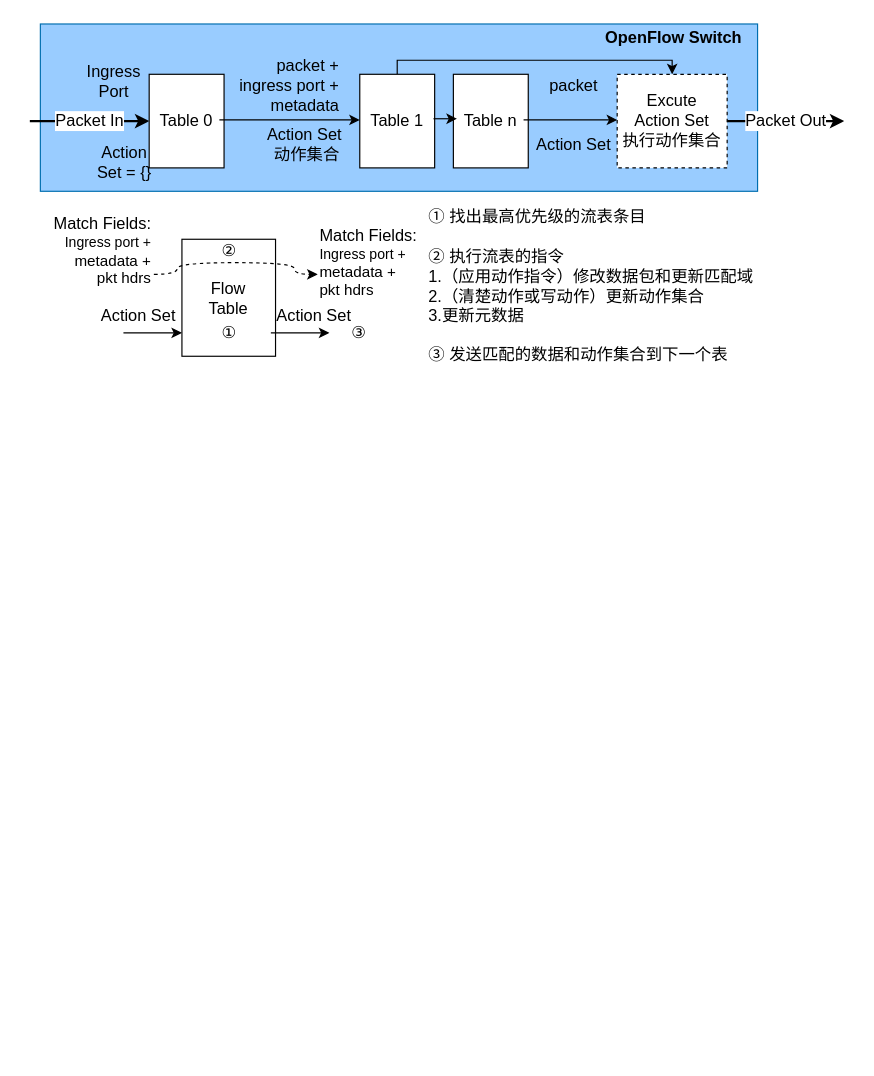
The draw.io diagram page "OpenFlow" (2 of 9) of SDN.drawio in waterwatermelon/graph, before the edit. Source tidied: cells renumbered, new cells numbered last; positions are measured from the earlier drawing's top-left corner, leaving out a move shared by most shapes. Both pictures are drawn from the tidied source at 117%, with x=0, y=0 at pixel (29, 20).
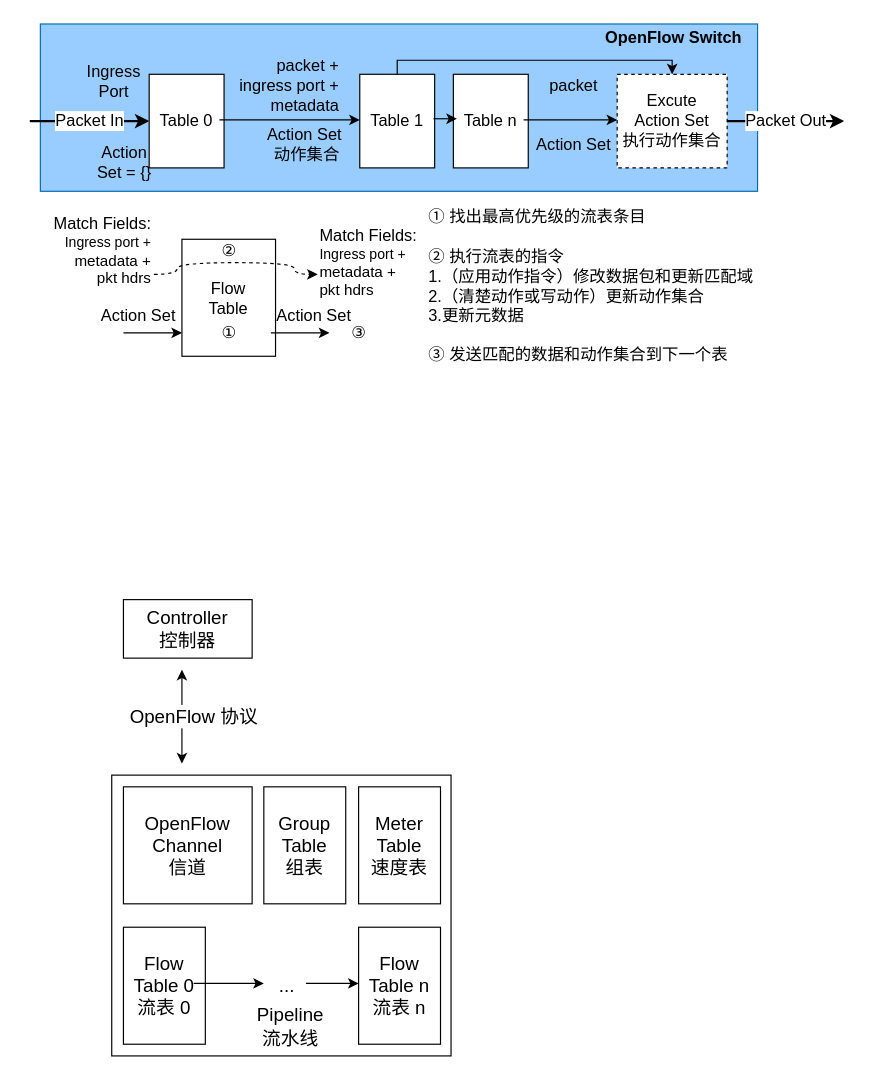
After the change.

What changed in the source:
```diff
@@
+    <mxCell id="32" value="Controller&lt;br&gt;控制器" style="rounded=0;whiteSpace=wrap;html=1;fontSize=16;" parent="1" vertex="1">
+      <mxGeometry x="80" y="495" width="110" height="50" as="geometry" />
+    </mxCell>
+    <mxCell id="33" style="rounded=0;whiteSpace=wrap;html=1;fontSize=16;" parent="1" vertex="1">
+      <mxGeometry x="70" y="645" width="290" height="240" as="geometry" />
+    </mxCell>
+    <mxCell id="34" style="endArrow=classic;startArrow=classic;html=1;fontSize=16;" parent="1" edge="1">
+      <mxGeometry relative="1" as="geometry">
+        <mxPoint x="130" y="635" as="sourcePoint" />
+        <mxPoint x="130" y="555" as="targetPoint" />
+      </mxGeometry>
+    </mxCell>
+    <mxCell id="35" value="OpenFlow Channel&lt;br&gt;信道" style="rounded=0;whiteSpace=wrap;html=1;fontSize=16;" parent="1" vertex="1">
+      <mxGeometry x="80" y="655" width="110" height="100" as="geometry" />
+    </mxCell>
+    <mxCell id="36" value="Flow Table 0&lt;br&gt;流表 0" style="rounded=0;whiteSpace=wrap;html=1;fontSize=16;" parent="1" vertex="1">
+      <mxGeometry x="80" y="775" width="70" height="100" as="geometry" />
+    </mxCell>
+    <mxCell id="37" value="Group&lt;br&gt;Table&lt;br&gt;组表" style="rounded=0;whiteSpace=wrap;html=1;fontSize=16;" parent="1" vertex="1">
+      <mxGeometry x="200" y="655" width="70" height="100" as="geometry" />
+    </mxCell>
+    <mxCell id="38" value="Meter&lt;br&gt;Table&lt;br&gt;速度表" style="rounded=0;whiteSpace=wrap;html=1;fontSize=16;" parent="1" vertex="1">
+      <mxGeometry x="281" y="655" width="70" height="100" as="geometry" />
+    </mxCell>
+    <mxCell id="39" value="Flow Table n&lt;br&gt;流表 n" style="rounded=0;whiteSpace=wrap;html=1;fontSize=16;" parent="1" vertex="1">
+      <mxGeometry x="281" y="775" width="70" height="100" as="geometry" />
+    </mxCell>
+    <mxCell id="40" style="endArrow=classic;html=1;fontSize=16;" parent="1" edge="1">
+      <mxGeometry relative="1" as="geometry">
+        <mxPoint x="236" y="823" as="sourcePoint" />
+        <mxPoint x="281" y="823" as="targetPoint" />
+      </mxGeometry>
+    </mxCell>
+    <mxCell id="41" value="Pipeline&lt;br&gt;流水线" style="text;html=1;strokeColor=none;fillColor=none;align=center;verticalAlign=middle;whiteSpace=wrap;rounded=0;fontSize=16;" parent="1" vertex="1">
+      <mxGeometry x="203" y="850" width="40" height="20" as="geometry" />
+    </mxCell>
+    <mxCell id="42" value="..." style="text;html=1;strokeColor=none;fillColor=none;align=center;verticalAlign=middle;whiteSpace=wrap;rounded=0;fontSize=16;" parent="1" vertex="1">
+      <mxGeometry x="200" y="815" width="40" height="20" as="geometry" />
+    </mxCell>
+    <mxCell id="43" style="endArrow=classic;html=1;fontSize=16;" parent="1" edge="1">
+      <mxGeometry relative="1" as="geometry">
+        <mxPoint x="140" y="823" as="sourcePoint" />
+        <mxPoint x="200" y="823" as="targetPoint" />
+      </mxGeometry>
+    </mxCell>
+    <mxCell id="44" value="OpenFlow 协议" style="text;html=1;align=center;verticalAlign=middle;fontSize=16;fillColor=#ffffff;" parent="1" vertex="1">
+      <mxGeometry x="80" y="585" width="120" height="20" as="geometry" />
+    </mxCell>
```
